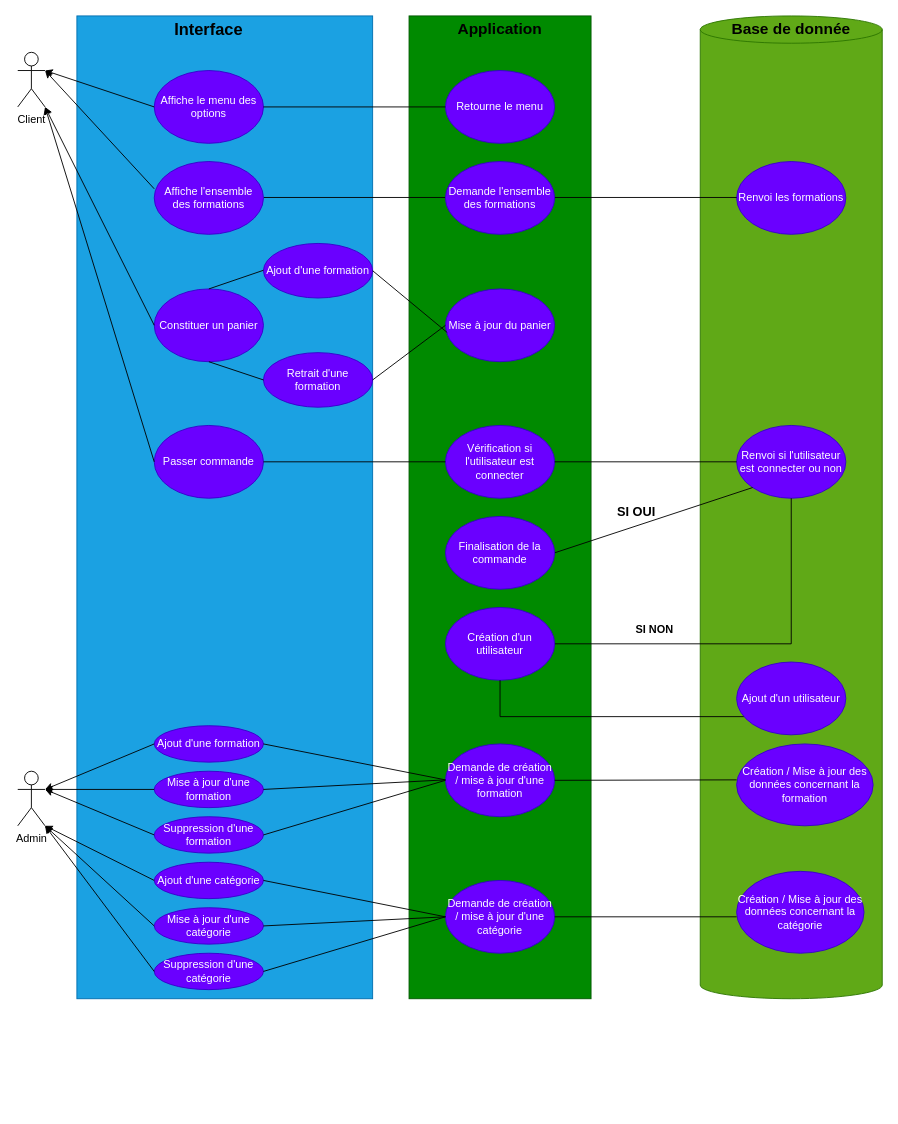
This is diagrammes/Diagramme_use_case.drawio from Arthur40480/Evaluation1, a draw.io file, before an edit. Source tidied: cells renumbered, new cells numbered last; positions are measured from the earlier drawing's top-left corner, leaving out a move shared by most shapes. Both pictures are drawn from the tidied source at 91%, with x=0, y=0 at pixel (17, 15).
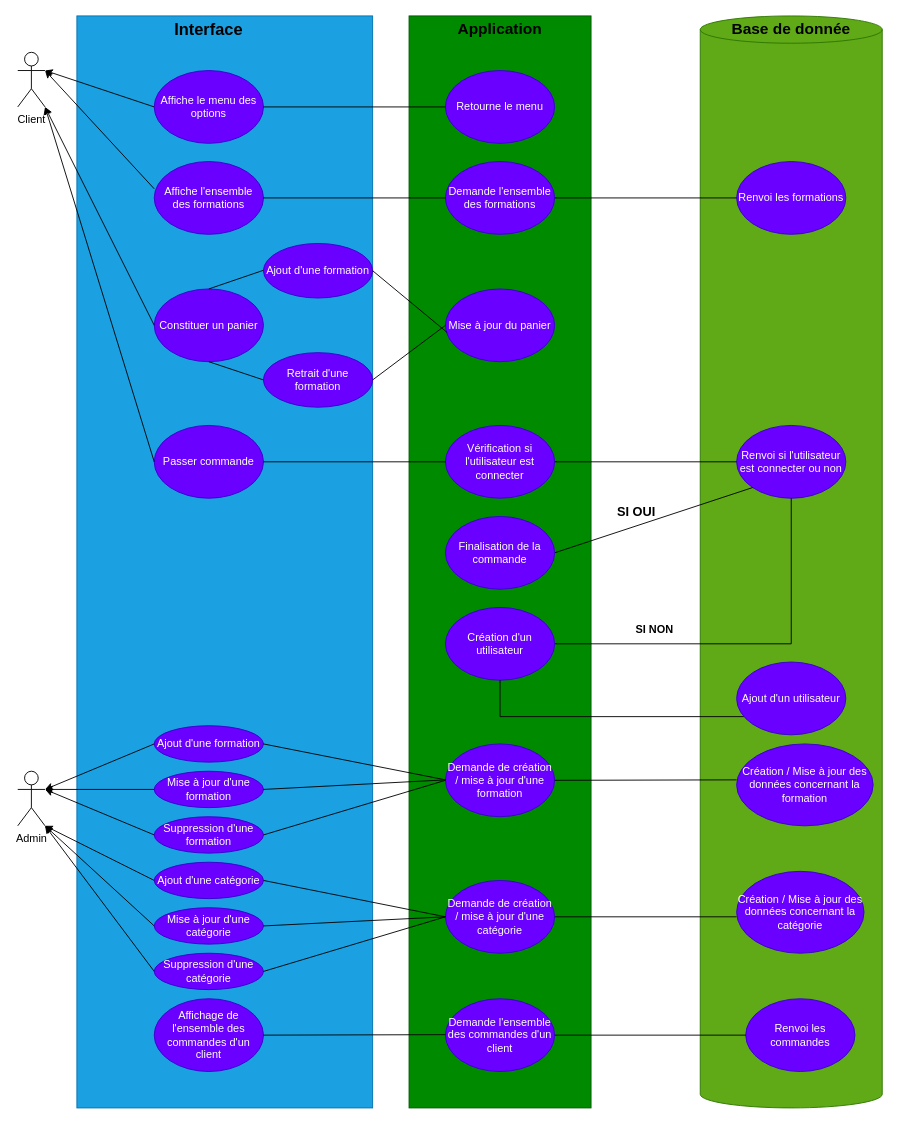
After the change.

Commit message (it also covers changes not shown here):
Modification du diagramme de classe

The change refers to these unchanged cells:
```xml
<mxCell id="14" value="Renvoi les formations" style="ellipse;whiteSpace=wrap;html=1;fillColor=#6a00ff;fontColor=#ffffff;strokeColor=#3700CC;" parent="1" vertex="1">
  <mxGeometry x="790" y="160" width="120" height="80" as="geometry" />
</mxCell>
<mxCell id="17" value="Affiche l'ensemble des formations" style="ellipse;whiteSpace=wrap;html=1;fillColor=#6a00ff;fontColor=#ffffff;strokeColor=#3700CC;" parent="1" vertex="1">
  <mxGeometry x="150" y="160" width="120" height="80" as="geometry" />
</mxCell>
<mxCell id="22" value="Demande l'ensemble des formations" style="ellipse;whiteSpace=wrap;html=1;fillColor=#6a00ff;fontColor=#ffffff;strokeColor=#3700CC;" parent="1" vertex="1">
  <mxGeometry x="470" y="160" width="120" height="80" as="geometry" />
</mxCell>
```

What changed in the source:
```diff
@@
     <mxCell id="2" style="rounded=0;whiteSpace=wrap;html=1;direction=south;fillColor=#008a00;fontColor=#ffffff;strokeColor=#005700;" parent="1" vertex="1">
-      <mxGeometry x="430" width="200" height="1080" as="geometry" />
+      <mxGeometry x="430" width="200" height="1200" as="geometry" />
     </mxCell>
@@
     <mxCell id="4" style="rounded=0;whiteSpace=wrap;html=1;direction=south;fillColor=#1ba1e2;fontColor=#ffffff;strokeColor=#006EAF;" parent="1" vertex="1">
-      <mxGeometry x="65" width="325" height="1080" as="geometry" />
+      <mxGeometry x="65" width="325" height="1200" as="geometry" />
     </mxCell>
@@
     <mxCell id="10" style="shape=cylinder3;whiteSpace=wrap;html=1;boundedLbl=1;backgroundOutline=1;size=15;fillColor=#60a917;fontColor=#ffffff;strokeColor=#2D7600;" parent="1" vertex="1">
-      <mxGeometry x="750" width="200" height="1080" as="geometry" />
+      <mxGeometry x="750" width="200" height="1200" as="geometry" />
     </mxCell>
@@
-    <mxCell id="15" style="endArrow=none;html=1;rounded=0;entryX=0;entryY=0.5;entryDx=0;entryDy=0;" parent="1" edge="1">
-      <mxGeometry relative="1" as="geometry">
-        <mxPoint x="270" y="199.5" as="sourcePoint" />
-        <mxPoint x="470" y="199.5" as="targetPoint" />
-      </mxGeometry>
-    </mxCell>
-    <mxCell id="16" style="endArrow=none;html=1;rounded=0;entryX=0;entryY=0.5;entryDx=0;entryDy=0;" parent="1" edge="1">
-      <mxGeometry relative="1" as="geometry">
-        <mxPoint x="590" y="199.5" as="sourcePoint" />
-        <mxPoint x="790" y="199.5" as="targetPoint" />
-      </mxGeometry>
-    </mxCell>
@@
+    <mxCell id="69" value="Affichage de l'ensemble des commandes d'un client" style="ellipse;whiteSpace=wrap;html=1;fillColor=#6a00ff;fontColor=#ffffff;strokeColor=#3700CC;" parent="1" vertex="1">
+      <mxGeometry x="150" y="1080" width="120" height="80" as="geometry" />
+    </mxCell>
+    <mxCell id="70" value="Demande l'ensemble des commandes d'un client" style="ellipse;whiteSpace=wrap;html=1;fillColor=#6a00ff;fontColor=#ffffff;strokeColor=#3700CC;" parent="1" vertex="1">
+      <mxGeometry x="470" y="1080" width="120" height="80" as="geometry" />
+    </mxCell>
+    <mxCell id="71" style="endArrow=none;html=1;rounded=0;entryX=0;entryY=0.5;entryDx=0;entryDy=0;exitX=1;exitY=0.5;exitDx=0;exitDy=0;" parent="1" edge="1" source="17" target="22">
+      <mxGeometry relative="1" as="geometry" />
+    </mxCell>
+    <mxCell id="72" style="endArrow=none;html=1;rounded=0;entryX=0;entryY=0.5;entryDx=0;entryDy=0;exitX=1;exitY=0.5;exitDx=0;exitDy=0;" parent="1" edge="1" source="22" target="14">
+      <mxGeometry relative="1" as="geometry" />
+    </mxCell>
+    <mxCell id="73" value="Renvoi les commandes" style="ellipse;whiteSpace=wrap;html=1;fillColor=#6a00ff;fontColor=#ffffff;strokeColor=#3700CC;" parent="1" vertex="1">
+      <mxGeometry x="800" y="1080" width="120" height="80" as="geometry" />
+    </mxCell>
+    <mxCell id="74" style="endArrow=none;html=1;rounded=0;exitX=1;exitY=0.5;exitDx=0;exitDy=0;strokeColor=#000000;" parent="1" edge="1" source="70">
+      <mxGeometry relative="1" as="geometry">
+        <mxPoint x="800" y="1120" as="targetPoint" />
+      </mxGeometry>
+    </mxCell>
+    <mxCell id="75" style="endArrow=none;html=1;rounded=0;exitX=1;exitY=0.5;exitDx=0;exitDy=0;strokeColor=#000000;" parent="1" edge="1" source="69">
+      <mxGeometry relative="1" as="geometry">
+        <mxPoint x="470" y="1119.5" as="targetPoint" />
+      </mxGeometry>
+    </mxCell>
```
